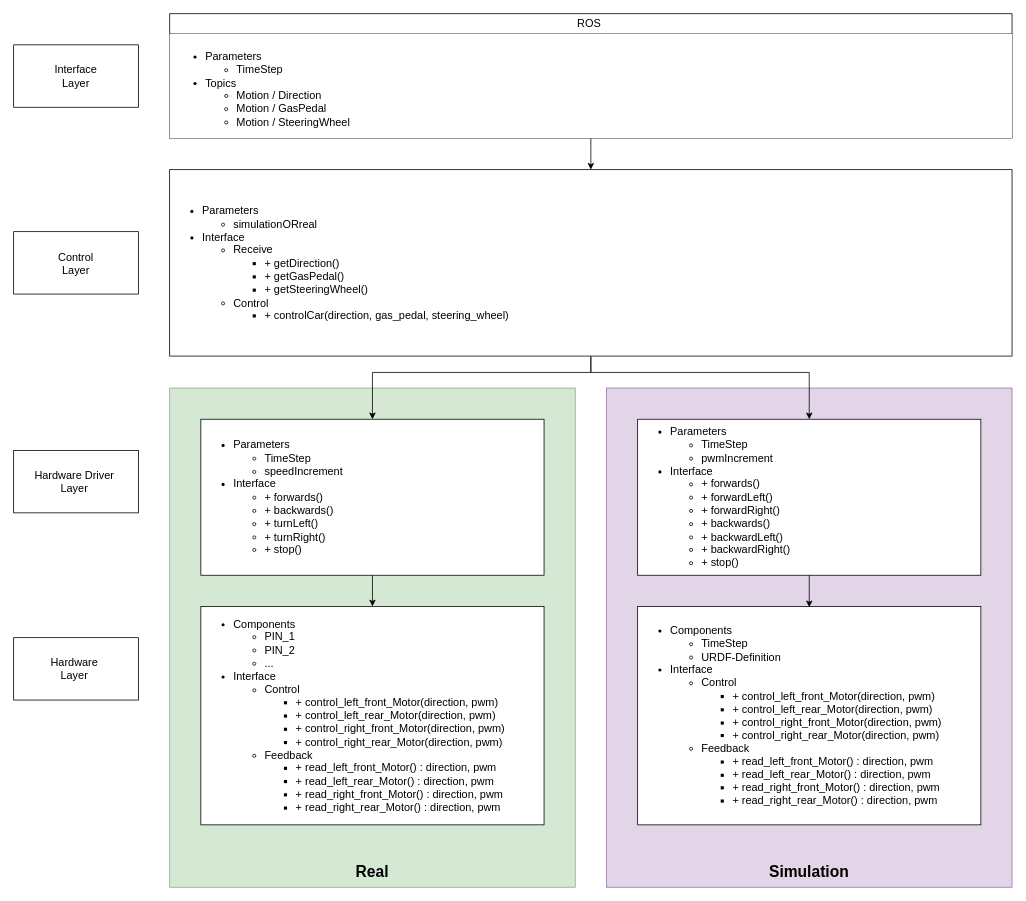
Before: Documentation/Software_Architecture.drawio in ICH-BIN-HXM/RobCar, a draw.io diagram. Source tidied: cells renumbered, new cells numbered last; positions are measured from the earlier drawing's top-left corner, leaving out a move shared by most shapes. Both pictures are drawn from the tidied source at 78%, with x=0, y=0 at pixel (13, 13).
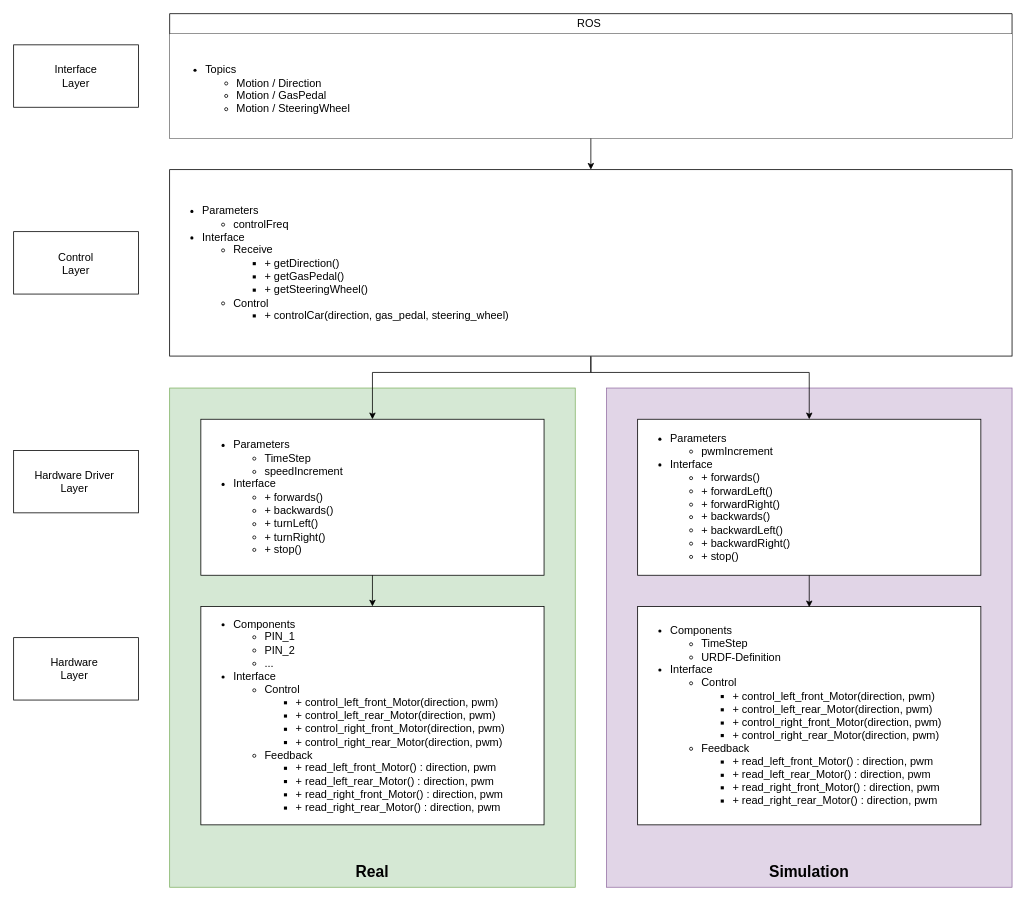
The same diagram, later.

The change refers to these unchanged cells:
```xml
<mxCell id="10" value="ROS&amp;nbsp;" style="swimlane;fontStyle=0;horizontal=1;startSize=26;whiteSpace=wrap;html=1;fontSize=14;" parent="1" vertex="1">
  <mxGeometry x="200" width="1080" height="160" as="geometry" />
</mxCell>
```

Change to the diagram source:
```diff
@@
-    <mxCell id="7" value="&lt;ul style=&quot;font-size: 14px;&quot;&gt;&lt;li style=&quot;font-size: 14px;&quot;&gt;Parameters&amp;nbsp;&lt;/li&gt;&lt;ul&gt;&lt;li style=&quot;font-size: 14px;&quot;&gt;simulationORreal&amp;nbsp;&lt;/li&gt;&lt;/ul&gt;&lt;li style=&quot;font-size: 14px;&quot;&gt;Interface&amp;nbsp;&lt;/li&gt;&lt;ul style=&quot;font-size: 14px;&quot;&gt;&lt;li style=&quot;font-size: 14px;&quot;&gt;Receive&amp;nbsp;&lt;/li&gt;&lt;ul style=&quot;font-size: 14px;&quot;&gt;&lt;li style=&quot;font-size: 14px;&quot;&gt;+ getDirection()&amp;nbsp;&lt;/li&gt;&lt;li style=&quot;font-size: 14px;&quot;&gt;+ getGasPedal()&amp;nbsp;&lt;/li&gt;&lt;li style=&quot;font-size: 14px;&quot;&gt;+ getSteeringWheel()&amp;nbsp;&lt;/li&gt;&lt;/ul&gt;&lt;li style=&quot;font-size: 14px;&quot;&gt;Control&amp;nbsp;&lt;/li&gt;&lt;ul style=&quot;font-size: 14px;&quot;&gt;&lt;li style=&quot;font-size: 14px;&quot;&gt;+ controlCar(direction, gas_pedal, steering_wheel)&amp;nbsp;&lt;/li&gt;&lt;/ul&gt;&lt;/ul&gt;&lt;/ul&gt;" style="rounded=0;whiteSpace=wrap;html=1;align=left;fontSize=14;" parent="1" vertex="1">
+    <mxCell id="7" value="&lt;ul style=&quot;font-size: 14px;&quot;&gt;&lt;li style=&quot;font-size: 14px;&quot;&gt;Parameters&amp;nbsp;&lt;/li&gt;&lt;ul&gt;&lt;li style=&quot;font-size: 14px;&quot;&gt;controlFreq&amp;nbsp;&lt;/li&gt;&lt;/ul&gt;&lt;li style=&quot;font-size: 14px;&quot;&gt;Interface&amp;nbsp;&lt;/li&gt;&lt;ul style=&quot;font-size: 14px;&quot;&gt;&lt;li style=&quot;font-size: 14px;&quot;&gt;Receive&amp;nbsp;&lt;/li&gt;&lt;ul style=&quot;font-size: 14px;&quot;&gt;&lt;li style=&quot;font-size: 14px;&quot;&gt;+ getDirection()&amp;nbsp;&lt;/li&gt;&lt;li style=&quot;font-size: 14px;&quot;&gt;+ getGasPedal()&amp;nbsp;&lt;/li&gt;&lt;li style=&quot;font-size: 14px;&quot;&gt;+ getSteeringWheel()&amp;nbsp;&lt;/li&gt;&lt;/ul&gt;&lt;li style=&quot;font-size: 14px;&quot;&gt;Control&amp;nbsp;&lt;/li&gt;&lt;ul style=&quot;font-size: 14px;&quot;&gt;&lt;li style=&quot;font-size: 14px;&quot;&gt;+ controlCar(direction, gas_pedal, steering_wheel)&amp;nbsp;&lt;/li&gt;&lt;/ul&gt;&lt;/ul&gt;&lt;/ul&gt;" style="rounded=0;whiteSpace=wrap;html=1;align=left;fontSize=14;" parent="1" vertex="1">
       <mxGeometry x="200" y="200" width="1080" height="239" as="geometry" />
     </mxCell>
@@
-    <mxCell id="11" value="&lt;ul style=&quot;font-size: 14px;&quot;&gt;&lt;li style=&quot;font-size: 14px;&quot;&gt;Parameters&amp;nbsp;&lt;/li&gt;&lt;ul style=&quot;font-size: 14px;&quot;&gt;&lt;li style=&quot;font-size: 14px;&quot;&gt;TimeStep&amp;nbsp;&lt;/li&gt;&lt;/ul&gt;&lt;li style=&quot;font-size: 14px;&quot;&gt;Topics&amp;nbsp;&lt;/li&gt;&lt;ul style=&quot;font-size: 14px;&quot;&gt;&lt;li style=&quot;font-size: 14px;&quot;&gt;Motion / Direction&amp;nbsp;&lt;/li&gt;&lt;li style=&quot;font-size: 14px;&quot;&gt;Motion / GasPedal&amp;nbsp;&lt;/li&gt;&lt;li style=&quot;font-size: 14px;&quot;&gt;Motion / SteeringWheel&amp;nbsp;&lt;/li&gt;&lt;/ul&gt;&lt;/ul&gt;" style="text;align=left;verticalAlign=top;spacingLeft=4;spacingRight=4;overflow=hidden;whiteSpace=wrap;html=1;fillColor=default;fontSize=14;" parent="10" vertex="1">
+    <mxCell id="11" value="&lt;div&gt;&lt;br&gt;&lt;/div&gt;&lt;ul style=&quot;font-size: 14px;&quot;&gt;&lt;li style=&quot;font-size: 14px;&quot;&gt;Topics&amp;nbsp;&lt;/li&gt;&lt;ul style=&quot;font-size: 14px;&quot;&gt;&lt;li style=&quot;font-size: 14px;&quot;&gt;Motion / Direction&amp;nbsp;&lt;/li&gt;&lt;li style=&quot;font-size: 14px;&quot;&gt;Motion / GasPedal&amp;nbsp;&lt;/li&gt;&lt;li style=&quot;font-size: 14px;&quot;&gt;Motion / SteeringWheel&amp;nbsp;&lt;/li&gt;&lt;/ul&gt;&lt;/ul&gt;" style="text;align=left;verticalAlign=top;spacingLeft=4;spacingRight=4;overflow=hidden;whiteSpace=wrap;html=1;fillColor=default;fontSize=14;" parent="10" vertex="1">
       <mxGeometry y="26" width="1080" height="134" as="geometry" />
     </mxCell>
@@
-    <mxCell id="14" value="&lt;ul style=&quot;&quot;&gt;&lt;li style=&quot;font-size: 14px;&quot;&gt;Parameters&amp;nbsp;&lt;/li&gt;&lt;ul style=&quot;font-size: 14px;&quot;&gt;&lt;li style=&quot;font-size: 14px;&quot;&gt;TimeStep&amp;nbsp;&lt;/li&gt;&lt;li style=&quot;font-size: 14px;&quot;&gt;pwmIncrement&amp;nbsp;&lt;/li&gt;&lt;/ul&gt;&lt;li style=&quot;&quot;&gt;Interface&amp;nbsp;&lt;/li&gt;&lt;ul style=&quot;font-size: 14px;&quot;&gt;&lt;li style=&quot;&quot;&gt;+ forwards()&amp;nbsp;&lt;/li&gt;&lt;li style=&quot;&quot;&gt;+ forwardLeft()&amp;nbsp;&lt;/li&gt;&lt;li style=&quot;&quot;&gt;+ forwardRight()&amp;nbsp;&lt;/li&gt;&lt;li style=&quot;&quot;&gt;+ backwards()&amp;nbsp;&lt;/li&gt;&lt;li style=&quot;&quot;&gt;+ backwardLeft()&amp;nbsp;&lt;/li&gt;&lt;li style=&quot;&quot;&gt;+ backwardRight()&amp;nbsp;&lt;/li&gt;&lt;li style=&quot;&quot;&gt;+ stop()&amp;nbsp;&lt;/li&gt;&lt;/ul&gt;&lt;/ul&gt;" style="rounded=0;whiteSpace=wrap;html=1;align=left;fontSize=14;" parent="1" vertex="1">
+    <mxCell id="14" value="&lt;ul style=&quot;&quot;&gt;&lt;li style=&quot;font-size: 14px;&quot;&gt;Parameters&amp;nbsp;&amp;nbsp;&lt;/li&gt;&lt;ul style=&quot;font-size: 14px;&quot;&gt;&lt;li style=&quot;font-size: 14px;&quot;&gt;pwmIncrement&amp;nbsp;&lt;/li&gt;&lt;/ul&gt;&lt;li style=&quot;&quot;&gt;Interface&amp;nbsp;&lt;/li&gt;&lt;ul style=&quot;font-size: 14px;&quot;&gt;&lt;li style=&quot;&quot;&gt;+ forwards()&amp;nbsp;&lt;/li&gt;&lt;li style=&quot;&quot;&gt;+ forwardLeft()&amp;nbsp;&lt;/li&gt;&lt;li style=&quot;&quot;&gt;+ forwardRight()&amp;nbsp;&lt;/li&gt;&lt;li style=&quot;&quot;&gt;+ backwards()&amp;nbsp;&lt;/li&gt;&lt;li style=&quot;&quot;&gt;+ backwardLeft()&amp;nbsp;&lt;/li&gt;&lt;li style=&quot;&quot;&gt;+ backwardRight()&amp;nbsp;&lt;/li&gt;&lt;li style=&quot;&quot;&gt;+ stop()&amp;nbsp;&lt;/li&gt;&lt;/ul&gt;&lt;/ul&gt;" style="rounded=0;whiteSpace=wrap;html=1;align=left;fontSize=14;" parent="1" vertex="1">
       <mxGeometry x="800" y="520" width="440" height="200" as="geometry" />
     </mxCell>
```
